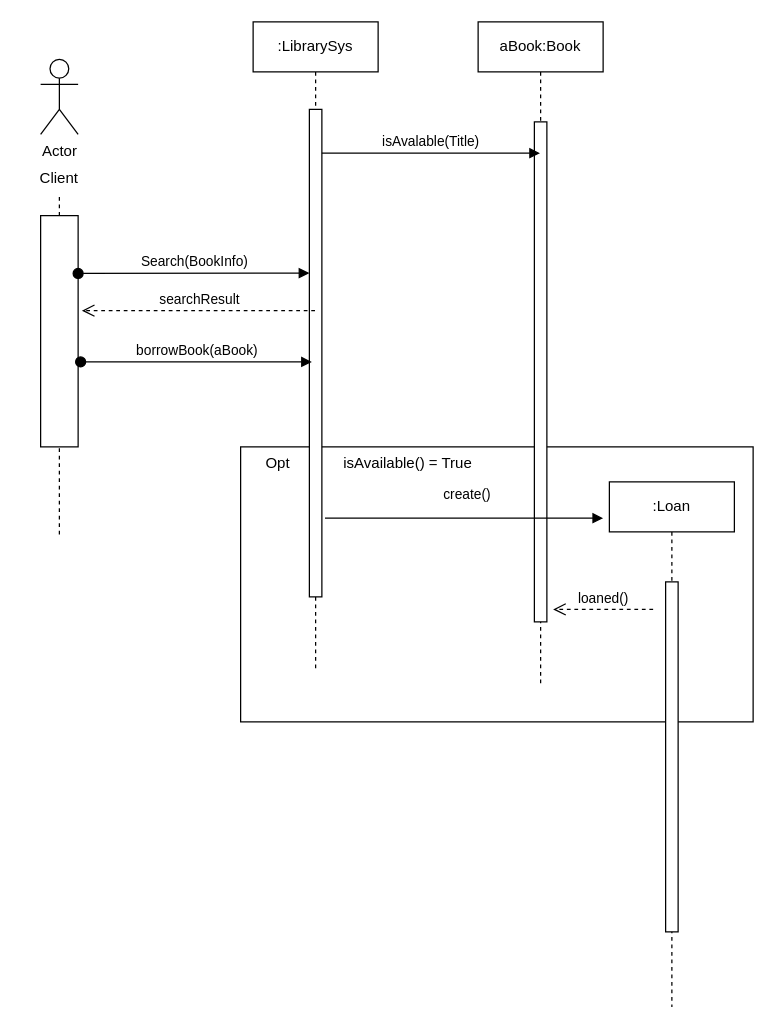
This is SequenceDiagrams.drawio from keyboard-face/DS9_SequenceDiagrams, a draw.io file, before an edit. Source tidied: cells renumbered, new cells numbered last; positions are measured from the earlier drawing's top-left corner, leaving out a move shared by most shapes. Both pictures are drawn from the tidied source at 125%, with x=0, y=0 at pixel (21, 21).
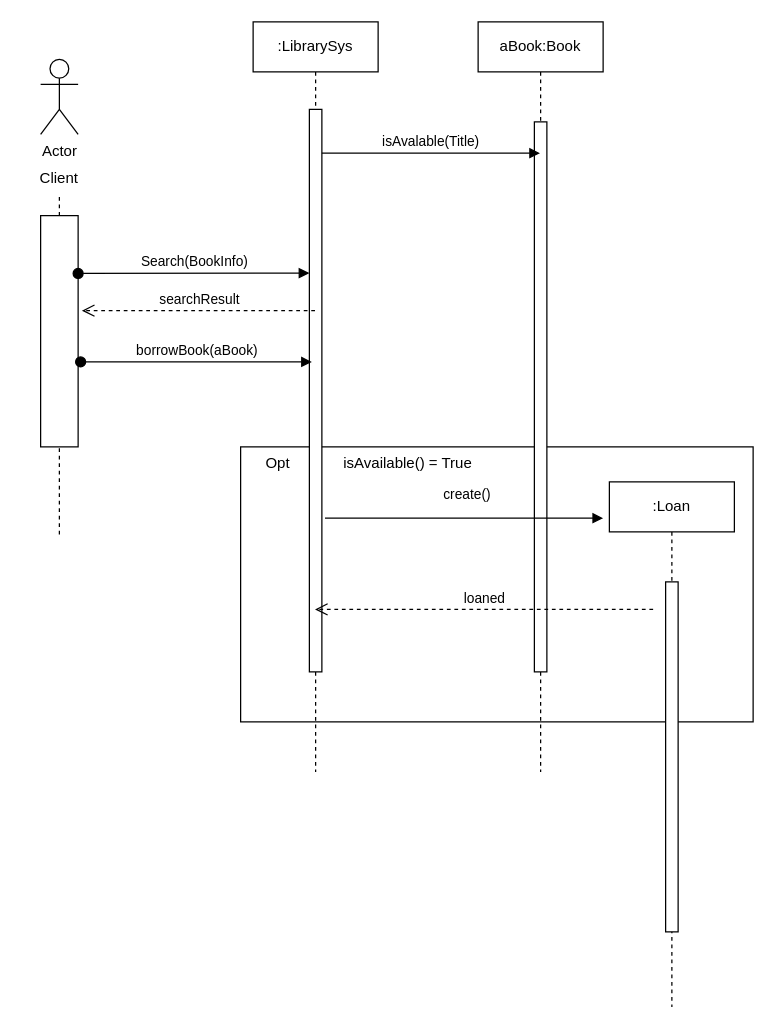
The same diagram, later.

Diff of the diagram source:
```diff
@@
     <mxCell id="3" value=":LibrarySys" style="shape=umlLifeline;perimeter=lifelinePerimeter;whiteSpace=wrap;html=1;outlineConnect=0;portConstraint=eastwest;newEdgeStyle={&quot;edgeStyle&quot;:&quot;elbowEdgeStyle&quot;,&quot;elbow&quot;:&quot;vertical&quot;,&quot;curved&quot;:0,&quot;rounded&quot;:0};" parent="1" vertex="1">
-      <mxGeometry x="185" width="100" height="520" as="geometry" />
+      <mxGeometry x="185" width="100" height="600" as="geometry" />
     </mxCell>
     <mxCell id="4" style="html=1;points=[];perimeter=orthogonalPerimeter;outlineConnect=0;targetShapes=umlLifeline;portConstraint=eastwest;newEdgeStyle={&quot;edgeStyle&quot;:&quot;elbowEdgeStyle&quot;,&quot;elbow&quot;:&quot;vertical&quot;,&quot;curved&quot;:0,&quot;rounded&quot;:0};" parent="3" vertex="1">
-      <mxGeometry x="45" y="70" width="10" height="390" as="geometry" />
+      <mxGeometry x="45" y="70" width="10" height="450" as="geometry" />
     </mxCell>
     <mxCell id="5" value="aBook:Book" style="shape=umlLifeline;perimeter=lifelinePerimeter;whiteSpace=wrap;html=1;outlineConnect=0;portConstraint=eastwest;newEdgeStyle={&quot;edgeStyle&quot;:&quot;elbowEdgeStyle&quot;,&quot;elbow&quot;:&quot;vertical&quot;,&quot;curved&quot;:0,&quot;rounded&quot;:0};" parent="1" vertex="1">
-      <mxGeometry x="365" width="100" height="530" as="geometry" />
+      <mxGeometry x="365" width="100" height="600" as="geometry" />
     </mxCell>
     <mxCell id="6" style="html=1;perimeter=orthogonalPerimeter;targetShapes=umlLifeline;newEdgeStyle={&quot;edgeStyle&quot;:&quot;elbowEdgeStyle&quot;,&quot;elbow&quot;:&quot;vertical&quot;,&quot;curved&quot;:0,&quot;rounded&quot;:0};" parent="5" vertex="1">
-      <mxGeometry x="45" y="80" width="10" height="400" as="geometry" />
+      <mxGeometry x="45" y="80" width="10" height="440" as="geometry" />
     </mxCell>
@@
-    <mxCell id="21" value="loaned()" style="html=1;verticalAlign=bottom;endArrow=open;dashed=1;endSize=8;curved=0;rounded=0;" parent="1" edge="1">
+    <mxCell id="21" value="loaned" style="html=1;verticalAlign=bottom;endArrow=open;dashed=1;endSize=8;curved=0;rounded=0;" parent="1" edge="1" target="3">
       <mxGeometry relative="1" as="geometry">
         <mxPoint x="505" y="470" as="sourcePoint" />
-        <mxPoint x="425" y="470" as="targetPoint" />
       </mxGeometry>
     </mxCell>
```
